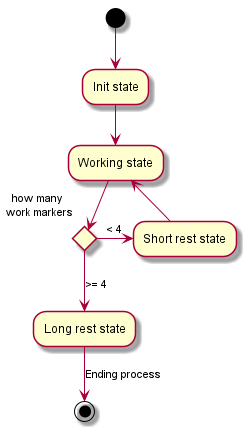
Before: docs/state_machine.png, a diagram exported from PlantUML (BartoszCoyote/GoPomodoro). Its diagram source:
```plantuml
@startuml
(*) -down-> "Init state"
-down-> Working state

if "how many \nwork markers" then
  -right->[< 4] "Short rest state"
  -up-> Working state
else
  -down->[>= 4] "Long rest state"
  -down->[Ending process] (*)
endif

@enduml
```
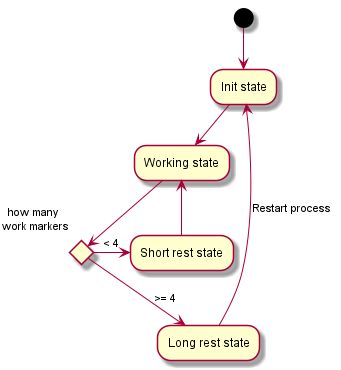
The same file after the commit.

Commit message:
state machine docs update - after longer break the pomodoro should restart

Diff of the diagram source:
```diff
@@ -7,7 +7,7 @@
   -up-> Working state
 else
   -down->[>= 4] "Long rest state"
-  -down->[Ending process] (*)
+  -up->[Restart process] "Init state"
 endif
 
 @enduml
```
